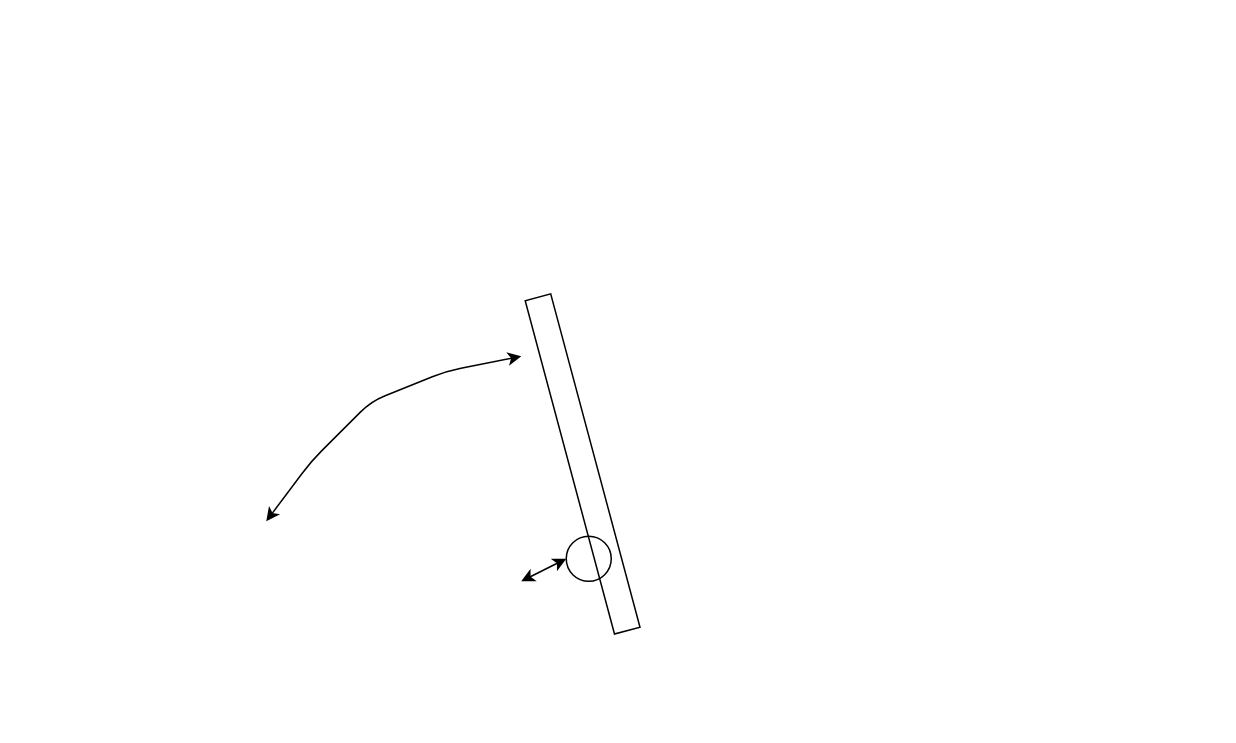
Before: Диаграмма без названия.drawio in Alibek88alarko/HeelDrive, a draw.io diagram. Source tidied: cells renumbered, new cells numbered last; positions are measured from the earlier drawing's top-left corner, leaving out a move shared by most shapes. Both pictures are drawn from the tidied source at 150%, with x=0, y=0 at pixel (266, 356).
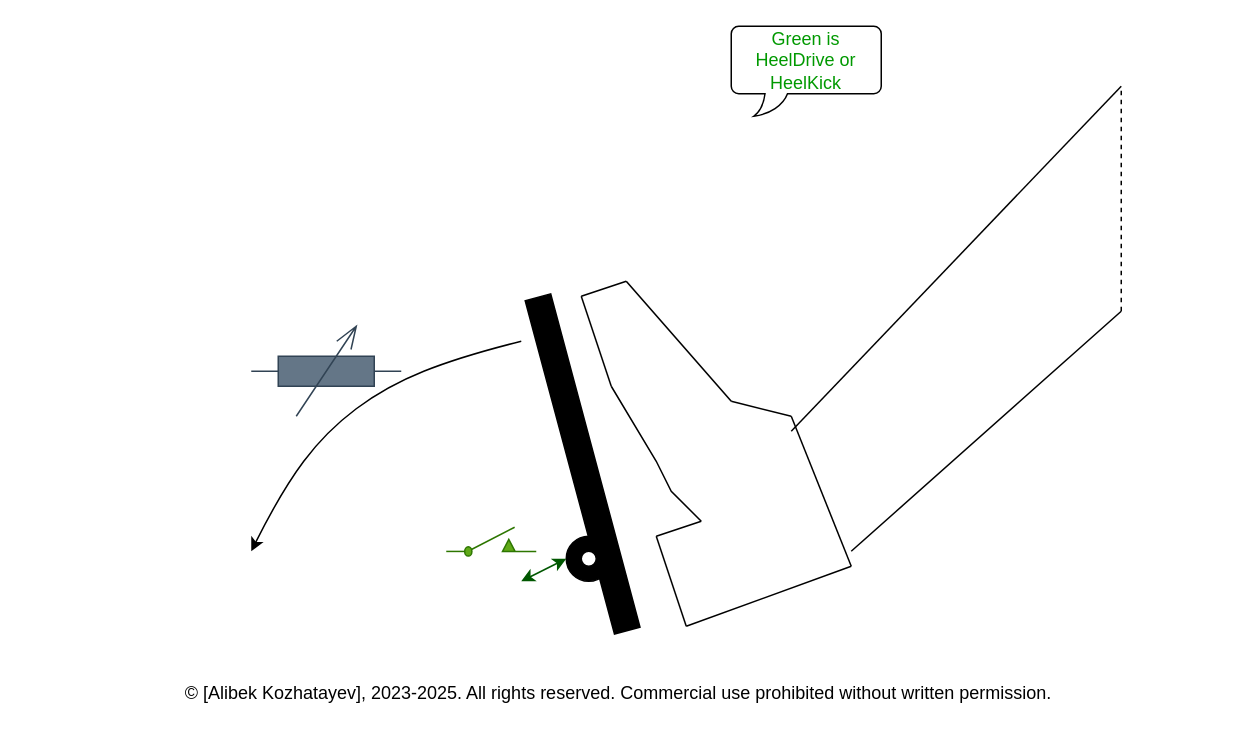
After the change.

What changed in the source:
```diff
@@
-    <mxCell id="3" style="rounded=0;whiteSpace=wrap;html=1;rotation=75;" parent="1" vertex="1">
+    <mxCell id="3" style="rounded=0;whiteSpace=wrap;html=1;rotation=75;gradientColor=none;fillColor=#000000;" parent="1" vertex="1">
       <mxGeometry x="95.9" y="63" width="230" height="17.6" as="geometry" />
     </mxCell>
-    <mxCell id="4" style="ellipse;whiteSpace=wrap;html=1;fillColor=none;" parent="1" vertex="1">
+    <mxCell id="4" style="ellipse;whiteSpace=wrap;html=1;gradientColor=none;fillColor=#000000;" parent="1" vertex="1">
       <mxGeometry x="200" y="120" width="30" height="30" as="geometry" />
     </mxCell>
-    <mxCell id="5" style="endArrow=classic;startArrow=classic;html=1;rounded=1;curved=0;" parent="1" edge="1">
-      <mxGeometry relative="1" as="geometry">
-        <mxPoint y="110" as="sourcePoint" />
-        <mxPoint x="170" as="targetPoint" />
-        <Array as="points">
-          <mxPoint x="30" y="70" />
-          <mxPoint x="70" y="30" />
-          <mxPoint x="120" y="10" />
-        </Array>
-      </mxGeometry>
-    </mxCell>
-    <mxCell id="6" style="endArrow=classic;startArrow=classic;html=1;rounded=0;entryX=0;entryY=0.5;entryDx=0;entryDy=0;" parent="1" edge="1" target="4">
+    <mxCell id="6" style="endArrow=classic;startArrow=classic;html=1;rounded=0;entryX=0;entryY=0.5;entryDx=0;entryDy=0;fillColor=#008a00;strokeColor=#005700;" parent="1" edge="1" target="4">
       <mxGeometry relative="1" as="geometry">
         <mxPoint x="170" y="150" as="sourcePoint" />
       </mxGeometry>
     </mxCell>
+    <mxCell id="7" style="verticalLabelPosition=bottom;shadow=0;dashed=0;align=center;html=1;verticalAlign=top;shape=mxgraph.electrical.resistors.variable_resistor_1;fillColor=#647687;fontColor=#ffffff;strokeColor=#314354;" parent="1" vertex="1">
+      <mxGeometry x="-10" y="-20" width="100" height="60" as="geometry" />
+    </mxCell>
+    <mxCell id="8" style="verticalLabelPosition=bottom;shadow=0;dashed=0;align=center;html=1;verticalAlign=top;shape=mxgraph.electrical.electro-mechanical.springReturn3;elSwitchState=off;fontColor=#ffffff;fillColor=#60a917;strokeColor=#2D7600;" parent="1" vertex="1">
+      <mxGeometry x="120" y="114" width="60" height="26" as="geometry" />
+    </mxCell>
+    <mxCell id="9" style="ellipse;whiteSpace=wrap;html=1;" parent="1" vertex="1">
+      <mxGeometry x="210" y="130" width="10" height="10" as="geometry" />
+    </mxCell>
+    <mxCell id="10" style="curved=1;endArrow=classic;html=1;rounded=0;" parent="1" edge="1">
+      <mxGeometry relative="1" as="geometry">
+        <mxPoint x="170" y="-10" as="sourcePoint" />
+        <mxPoint x="-10" y="130" as="targetPoint" />
+        <Array as="points">
+          <mxPoint x="130" />
+          <mxPoint x="80" y="20" />
+          <mxPoint x="40" y="50" />
+          <mxPoint x="10" y="90" />
+        </Array>
+      </mxGeometry>
+    </mxCell>
+    <mxCell id="11" style="endArrow=none;html=1;rounded=0;labelBackgroundColor=#000000;" parent="1" edge="1">
+      <mxGeometry relative="1" as="geometry">
+        <mxPoint x="230" y="20" as="sourcePoint" />
+        <mxPoint x="210" y="-40" as="targetPoint" />
+      </mxGeometry>
+    </mxCell>
+    <mxCell id="12" style="endArrow=none;html=1;rounded=0;labelBackgroundColor=#000000;" parent="1" edge="1">
+      <mxGeometry relative="1" as="geometry">
+        <mxPoint x="230" y="20" as="sourcePoint" />
+        <mxPoint x="290" y="110" as="targetPoint" />
+        <Array as="points">
+          <mxPoint x="260" y="70" />
+          <mxPoint x="270" y="90" />
+        </Array>
+      </mxGeometry>
+    </mxCell>
+    <mxCell id="13" style="endArrow=none;html=1;rounded=0;labelBackgroundColor=#000000;" parent="1" edge="1">
+      <mxGeometry relative="1" as="geometry">
+        <mxPoint x="260" y="120" as="sourcePoint" />
+        <mxPoint x="290" y="110" as="targetPoint" />
+      </mxGeometry>
+    </mxCell>
+    <mxCell id="14" style="endArrow=none;html=1;rounded=0;labelBackgroundColor=#000000;" parent="1" edge="1">
+      <mxGeometry relative="1" as="geometry">
+        <mxPoint x="280" y="180" as="sourcePoint" />
+        <mxPoint x="260" y="120" as="targetPoint" />
+      </mxGeometry>
+    </mxCell>
+    <mxCell id="15" style="endArrow=none;html=1;rounded=0;labelBackgroundColor=#000000;" parent="1" edge="1">
+      <mxGeometry relative="1" as="geometry">
+        <mxPoint x="280" y="180" as="sourcePoint" />
+        <mxPoint x="390" y="140" as="targetPoint" />
+      </mxGeometry>
+    </mxCell>
+    <mxCell id="16" style="endArrow=none;html=1;rounded=0;labelBackgroundColor=#000000;" parent="1" edge="1">
+      <mxGeometry relative="1" as="geometry">
+        <mxPoint x="210" y="-40" as="sourcePoint" />
+        <mxPoint x="240" y="-50" as="targetPoint" />
+      </mxGeometry>
+    </mxCell>
+    <mxCell id="17" style="endArrow=none;html=1;rounded=0;labelBackgroundColor=#000000;" parent="1" edge="1">
+      <mxGeometry relative="1" as="geometry">
+        <mxPoint x="240" y="-50" as="sourcePoint" />
+        <mxPoint x="310" y="30" as="targetPoint" />
+      </mxGeometry>
+    </mxCell>
+    <mxCell id="18" style="endArrow=none;html=1;rounded=0;labelBackgroundColor=#000000;" parent="1" edge="1">
+      <mxGeometry relative="1" as="geometry">
+        <mxPoint x="310" y="30" as="sourcePoint" />
+        <mxPoint x="350" y="40" as="targetPoint" />
+      </mxGeometry>
+    </mxCell>
+    <mxCell id="19" style="endArrow=none;html=1;rounded=0;labelBackgroundColor=#000000;" parent="1" edge="1">
+      <mxGeometry relative="1" as="geometry">
+        <mxPoint x="390" y="140" as="sourcePoint" />
+        <mxPoint x="350" y="40" as="targetPoint" />
+      </mxGeometry>
+    </mxCell>
+    <mxCell id="20" style="endArrow=none;html=1;rounded=0;" parent="1" edge="1">
+      <mxGeometry relative="1" as="geometry">
+        <mxPoint x="350" y="50" as="sourcePoint" />
+        <mxPoint x="570" y="-180" as="targetPoint" />
+      </mxGeometry>
+    </mxCell>
+    <mxCell id="21" style="endArrow=none;html=1;rounded=0;" parent="1" edge="1">
+      <mxGeometry relative="1" as="geometry">
+        <mxPoint x="390" y="130" as="sourcePoint" />
+        <mxPoint x="570" y="-30" as="targetPoint" />
+      </mxGeometry>
+    </mxCell>
+    <mxCell id="22" style="endArrow=none;dashed=1;html=1;rounded=0;" parent="1" edge="1">
+      <mxGeometry relative="1" as="geometry">
+        <mxPoint x="570" y="-30" as="sourcePoint" />
+        <mxPoint x="570" y="-180" as="targetPoint" />
+      </mxGeometry>
+    </mxCell>
+    <mxCell id="23" value="Green is HeelDrive or HeelKick" style="whiteSpace=wrap;html=1;shape=mxgraph.basic.roundRectCallout;dx=30;dy=15;size=5;boundedLbl=1;fontColor=#009900;" parent="1" vertex="1">
+      <mxGeometry x="310" y="-220" width="100" height="60" as="geometry" />
+    </mxCell>
+    <mxCell id="24" value="© [Alibek Kozhatayev], 2023-2025. All rights reserved. Commercial use prohibited without written permission." style="text;html=1;align=center;verticalAlign=middle;whiteSpace=wrap;rounded=0;" parent="1" vertex="1">
+      <mxGeometry x="-160" y="210" width="790" height="30" as="geometry" />
+    </mxCell>
```
